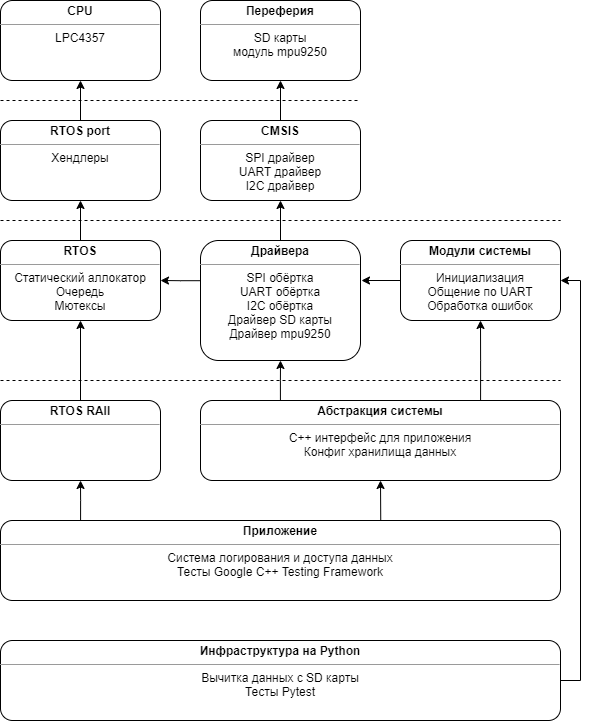
Above: images/schema.png in n1belung63/obc-lpc4357 (draw.io), before the change. Source tidied: cells renumbered, new cells last; positions are measured from the earlier drawing's top-left corner, leaving out a move shared by most shapes.
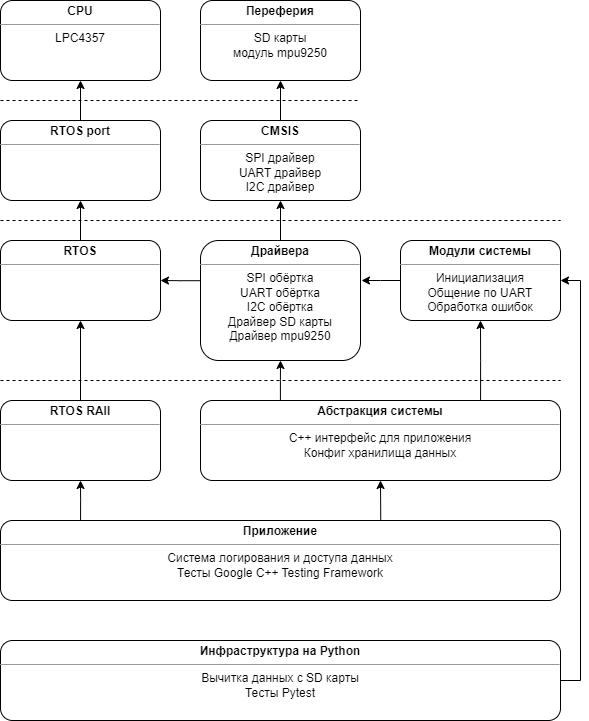
The same diagram one commit later.

Diff of the diagram source:
```diff
@@ -11,13 +11,13 @@
     <mxCell id="4" style="edgeStyle=orthogonalEdgeStyle;rounded=0;jettySize=auto;html=1;" parent="1" edge="1" source="5" target="2">
       <mxGeometry relative="1" as="geometry" />
     </mxCell>
-    <mxCell id="5" value="&lt;p style=&quot;margin: 0px ; margin-top: 4px ; text-align: center&quot;&gt;&lt;b&gt;RTOS port&lt;/b&gt;&lt;/p&gt;&lt;hr size=&quot;1&quot;&gt;&lt;div style=&quot;text-align: center ; height: 2px&quot;&gt;Хендлеры&lt;/div&gt;" style="verticalAlign=top;align=left;overflow=fill;fontSize=12;fontFamily=Helvetica;html=1;rounded=1;" parent="1" vertex="1">
+    <mxCell id="5" value="&lt;p style=&quot;margin: 0px ; margin-top: 4px ; text-align: center&quot;&gt;&lt;b&gt;RTOS port&lt;/b&gt;&lt;/p&gt;&lt;hr size=&quot;1&quot;&gt;&lt;div style=&quot;text-align: center ; height: 2px&quot;&gt;&lt;br&gt;&lt;/div&gt;" style="verticalAlign=top;align=left;overflow=fill;fontSize=12;fontFamily=Helvetica;html=1;rounded=1;" parent="1" vertex="1">
       <mxGeometry y="120" width="160" height="80" as="geometry" />
     </mxCell>
     <mxCell id="6" style="edgeStyle=orthogonalEdgeStyle;rounded=0;jettySize=auto;html=1;" parent="1" edge="1" source="7" target="5">
       <mxGeometry relative="1" as="geometry" />
     </mxCell>
-    <mxCell id="7" value="&lt;p style=&quot;margin: 0px ; margin-top: 4px ; text-align: center&quot;&gt;&lt;b&gt;RTOS&lt;/b&gt;&lt;/p&gt;&lt;hr size=&quot;1&quot;&gt;&lt;div style=&quot;text-align: center ; height: 2px&quot;&gt;Статический аллокатор&lt;br&gt;Очередь&lt;br&gt;Мютексы&lt;/div&gt;" style="verticalAlign=top;align=left;overflow=fill;fontSize=12;fontFamily=Helvetica;html=1;rounded=1;" parent="1" vertex="1">
+    <mxCell id="7" value="&lt;p style=&quot;margin: 0px ; margin-top: 4px ; text-align: center&quot;&gt;&lt;b&gt;RTOS&lt;/b&gt;&lt;/p&gt;&lt;hr size=&quot;1&quot;&gt;&lt;div style=&quot;text-align: center ; height: 2px&quot;&gt;&lt;br&gt;&lt;/div&gt;" style="verticalAlign=top;align=left;overflow=fill;fontSize=12;fontFamily=Helvetica;html=1;rounded=1;" parent="1" vertex="1">
       <mxGeometry y="240" width="160" height="80" as="geometry" />
     </mxCell>
     <mxCell id="8" style="edgeStyle=orthogonalEdgeStyle;rounded=0;jettySize=auto;html=1;" parent="1" edge="1" source="9" target="3">
```
